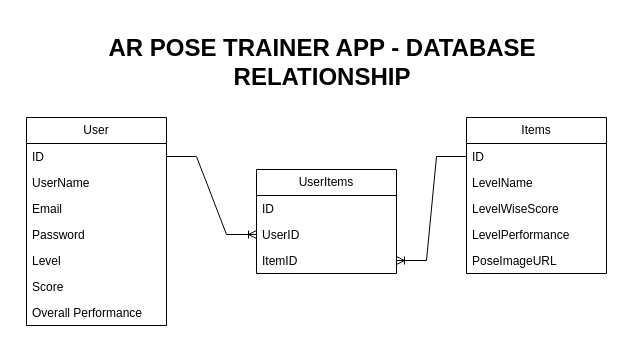
Above: AR_PoseTrainerApp.drawio in MustafizurRU/Unity_Necessary_Package (draw.io), before the change. Source tidied: cells renumbered, new cells numbered last; positions are measured from the earlier drawing's top-left corner, leaving out a move shared by most shapes. Both pictures are drawn from the tidied source at 100%, with x=0, y=0 at pixel (17, 47).
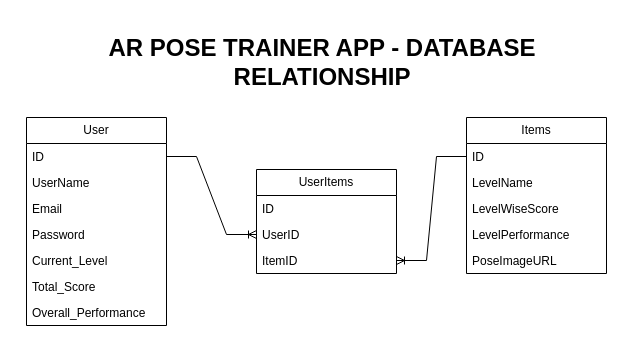
The same diagram, later.

The change refers to these unchanged cells:
```xml
<mxCell id="2" value="User" style="swimlane;fontStyle=0;horizontal=1;startSize=26;fillColor=none;whiteSpace=wrap;html=1;" parent="1" vertex="1">
  <mxGeometry x="9" y="70" width="140" height="208" as="geometry" />
</mxCell>
```

Diff of the diagram source:
```diff
@@
-    <mxCell id="7" value="Level" style="text;strokeColor=none;fillColor=none;align=left;verticalAlign=top;spacingLeft=4;spacingRight=4;overflow=hidden;whiteSpace=wrap;html=1;" parent="2" vertex="1">
+    <mxCell id="7" value="Current_Level" style="text;strokeColor=none;fillColor=none;align=left;verticalAlign=top;spacingLeft=4;spacingRight=4;overflow=hidden;whiteSpace=wrap;html=1;" parent="2" vertex="1">
       <mxGeometry y="130" width="140" height="26" as="geometry" />
     </mxCell>
-    <mxCell id="8" value="Score" style="text;strokeColor=none;fillColor=none;align=left;verticalAlign=top;spacingLeft=4;spacingRight=4;overflow=hidden;whiteSpace=wrap;html=1;" parent="2" vertex="1">
+    <mxCell id="8" value="Total_Score" style="text;strokeColor=none;fillColor=none;align=left;verticalAlign=top;spacingLeft=4;spacingRight=4;overflow=hidden;whiteSpace=wrap;html=1;" parent="2" vertex="1">
       <mxGeometry y="156" width="140" height="26" as="geometry" />
     </mxCell>
-    <mxCell id="9" value="Overall Performance" style="text;strokeColor=none;fillColor=none;align=left;verticalAlign=top;spacingLeft=4;spacingRight=4;overflow=hidden;whiteSpace=wrap;html=1;" parent="2" vertex="1">
+    <mxCell id="9" value="Overall_Performance" style="text;strokeColor=none;fillColor=none;align=left;verticalAlign=top;spacingLeft=4;spacingRight=4;overflow=hidden;whiteSpace=wrap;html=1;" parent="2" vertex="1">
       <mxGeometry y="182" width="140" height="26" as="geometry" />
     </mxCell>
```
